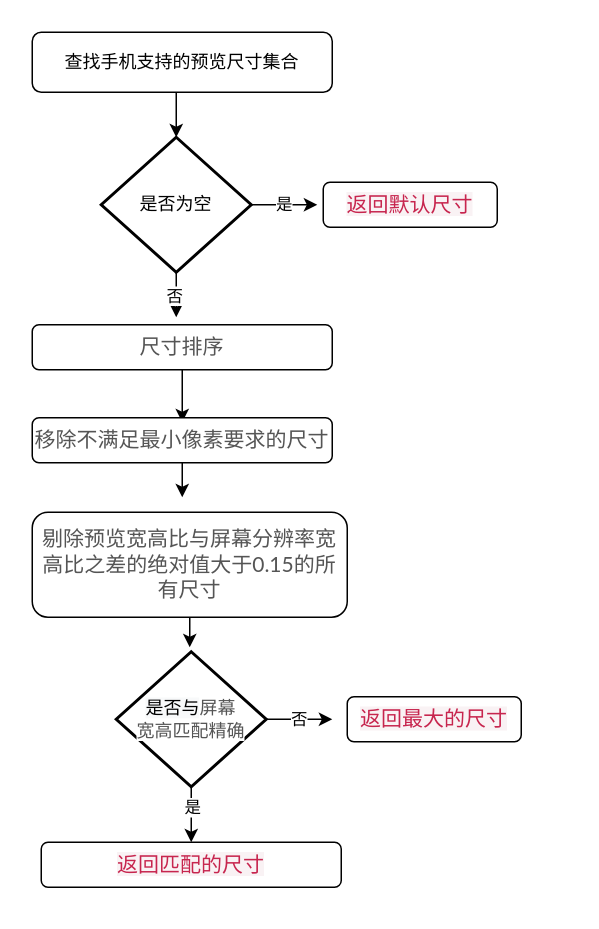
Above: scan_image_match.drawio in 458556778/zp (draw.io), before the change. Source tidied: cells renumbered, new cells numbered last; positions are measured from the earlier drawing's top-left corner, leaving out a move shared by most shapes. Both pictures are drawn from the tidied source at 150%, with x=0, y=0 at pixel (32, 32).
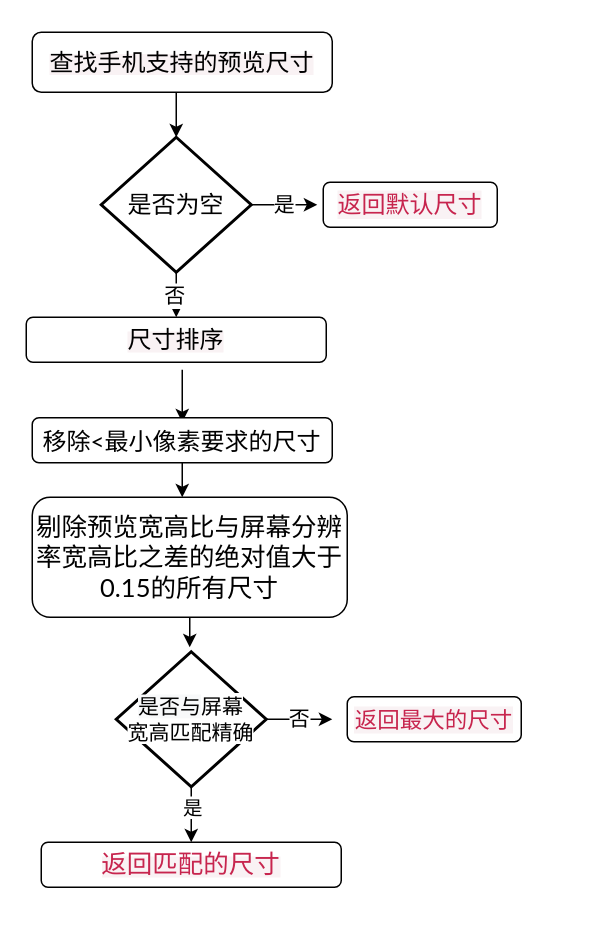
The same diagram, later.

The change refers to these unchanged cells:
```xml
<mxCell id="4" style="edgeStyle=orthogonalEdgeStyle;rounded=0;jettySize=auto;html=1;exitX=0.5;exitY=1;exitDx=0;exitDy=0;exitPerimeter=0;" parent="1" edge="1" source="7">
  <mxGeometry relative="1" as="geometry">
    <mxPoint x="96" y="190" as="targetPoint" />
  </mxGeometry>
</mxCell>
<mxCell id="16" style="edgeStyle=orthogonalEdgeStyle;rounded=0;jettySize=auto;html=1;exitX=0.5;exitY=1;exitDx=0;exitDy=0;exitPerimeter=0;" parent="1" edge="1" source="18" target="19">
  <mxGeometry relative="1" as="geometry" />
</mxCell>
```

The edit, as a diff of the source:
```diff
@@
-    <mxCell id="3" value="&lt;div style=&quot;text-align: center&quot;&gt;&lt;font color=&quot;#c7254e&quot; face=&quot;source code pro, dejavu sans mono, ubuntu mono, anonymous pro, droid sans mono, menlo, monaco, consolas, inconsolata, courier, monospace, pingfang sc, microsoft yahei, sans-serif&quot;&gt;&lt;span style=&quot;font-size: 14px ; background-color: rgb(249 , 242 , 244)&quot;&gt;&lt;br&gt;&lt;/span&gt;&lt;/font&gt;&lt;/div&gt;&lt;span style=&quot;text-align: justify&quot;&gt;&lt;div style=&quot;text-align: center&quot;&gt;查找手机支持的预览尺寸集合&lt;/div&gt;&lt;/span&gt;&lt;span style=&quot;color: rgb(199 , 37 , 78) ; font-family: &amp;#34;source code pro&amp;#34; , &amp;#34;dejavu sans mono&amp;#34; , &amp;#34;ubuntu mono&amp;#34; , &amp;#34;anonymous pro&amp;#34; , &amp;#34;droid sans mono&amp;#34; , &amp;#34;menlo&amp;#34; , &amp;#34;monaco&amp;#34; , &amp;#34;consolas&amp;#34; , &amp;#34;inconsolata&amp;#34; , &amp;#34;courier&amp;#34; , monospace , &amp;#34;pingfang sc&amp;#34; , &amp;#34;microsoft yahei&amp;#34; , sans-serif ; font-size: 14px ; background-color: rgb(249 , 242 , 244)&quot;&gt;&lt;br&gt;&lt;/span&gt;" style="rounded=1;whiteSpace=wrap;html=1;fontSize=12;glass=0;strokeWidth=1;shadow=0;" parent="1" vertex="1">
+    <mxCell id="3" value="&lt;div style=&quot;text-align: center&quot;&gt;&lt;/div&gt;&lt;span style=&quot;font-family: &amp;#34;source code pro&amp;#34; , &amp;#34;dejavu sans mono&amp;#34; , &amp;#34;ubuntu mono&amp;#34; , &amp;#34;anonymous pro&amp;#34; , &amp;#34;droid sans mono&amp;#34; , &amp;#34;menlo&amp;#34; , &amp;#34;monaco&amp;#34; , &amp;#34;consolas&amp;#34; , &amp;#34;inconsolata&amp;#34; , &amp;#34;courier&amp;#34; , monospace , &amp;#34;pingfang sc&amp;#34; , &amp;#34;microsoft yahei&amp;#34; , sans-serif ; background-color: rgb(249 , 242 , 244)&quot;&gt;&lt;font style=&quot;font-size: 16px&quot;&gt;查找手机支持的预览尺寸&lt;/font&gt;&lt;br&gt;&lt;/span&gt;" style="rounded=1;whiteSpace=wrap;html=1;fontSize=12;glass=0;strokeWidth=1;shadow=0;" parent="1" vertex="1">
       <mxGeometry width="200" height="40" as="geometry" />
     </mxCell>
@@
-    <mxCell id="5" value="否" style="edgeLabel;html=1;align=center;verticalAlign=middle;" parent="4" vertex="1">
+    <mxCell id="5" value="&lt;font style=&quot;font-size: 14px&quot;&gt;否&lt;/font&gt;" style="edgeLabel;html=1;align=center;verticalAlign=middle;" parent="4" vertex="1">
       <mxGeometry y="-2" relative="1" as="geometry" />
     </mxCell>
-    <mxCell id="6" value="是" style="edgeStyle=orthogonalEdgeStyle;rounded=0;jettySize=auto;html=1;exitX=1;exitY=0.5;exitDx=0;exitDy=0;exitPerimeter=0;" parent="1" edge="1" source="7">
+    <mxCell id="6" value="&lt;font style=&quot;font-size: 14px&quot;&gt;是&lt;/font&gt;" style="edgeStyle=orthogonalEdgeStyle;rounded=0;jettySize=auto;html=1;exitX=1;exitY=0.5;exitDx=0;exitDy=0;exitPerimeter=0;fontSize=13;" parent="1" edge="1" source="7">
       <mxGeometry relative="1" as="geometry">
         <mxPoint x="190" y="115" as="targetPoint" />
       </mxGeometry>
     </mxCell>
-    <mxCell id="7" value="是否为空" style="strokeWidth=2;html=1;shape=mxgraph.flowchart.decision;whiteSpace=wrap;" parent="1" vertex="1">
+    <mxCell id="7" value="是否为空" style="strokeWidth=2;html=1;shape=mxgraph.flowchart.decision;whiteSpace=wrap;fontSize=16;" parent="1" vertex="1">
       <mxGeometry x="46" y="70" width="100" height="90" as="geometry" />
     </mxCell>
-    <mxCell id="8" style="edgeStyle=orthogonalEdgeStyle;rounded=0;jettySize=auto;html=1;exitX=0.5;exitY=1;exitDx=0;exitDy=0;" parent="1" edge="1" source="9">
+    <mxCell id="8" style="edgeStyle=orthogonalEdgeStyle;rounded=0;orthogonalLoop=1;jettySize=auto;html=1;exitX=0.5;exitY=1;exitDx=0;exitDy=0;" parent="1" edge="1">
       <mxGeometry relative="1" as="geometry">
+        <mxPoint x="100" y="225" as="sourcePoint" />
         <mxPoint x="100" y="260" as="targetPoint" />
       </mxGeometry>
     </mxCell>
-    <mxCell id="9" value="&lt;div style=&quot;text-align: center&quot;&gt;&lt;font color=&quot;#c7254e&quot; face=&quot;source code pro, dejavu sans mono, ubuntu mono, anonymous pro, droid sans mono, menlo, monaco, consolas, inconsolata, courier, monospace, pingfang sc, microsoft yahei, sans-serif&quot;&gt;&lt;span style=&quot;font-size: 14px ; background-color: rgb(249 , 242 , 244)&quot;&gt;&lt;br&gt;&lt;/span&gt;&lt;/font&gt;&lt;/div&gt;&lt;span style=&quot;text-align: justify&quot;&gt;&lt;div style=&quot;text-align: center&quot;&gt;&lt;span style=&quot;color: rgb(85 , 85 , 85) ; font-family: &amp;#34;lato&amp;#34; , &amp;#34;pingfang sc&amp;#34; , &amp;#34;microsoft yahei&amp;#34; , sans-serif ; font-size: 14px ; text-align: justify ; background-color: rgb(255 , 255 , 255)&quot;&gt;尺寸排序&lt;/span&gt;&lt;br&gt;&lt;/div&gt;&lt;/span&gt;&lt;span style=&quot;color: rgb(199 , 37 , 78) ; font-family: &amp;#34;source code pro&amp;#34; , &amp;#34;dejavu sans mono&amp;#34; , &amp;#34;ubuntu mono&amp;#34; , &amp;#34;anonymous pro&amp;#34; , &amp;#34;droid sans mono&amp;#34; , &amp;#34;menlo&amp;#34; , &amp;#34;monaco&amp;#34; , &amp;#34;consolas&amp;#34; , &amp;#34;inconsolata&amp;#34; , &amp;#34;courier&amp;#34; , monospace , &amp;#34;pingfang sc&amp;#34; , &amp;#34;microsoft yahei&amp;#34; , sans-serif ; font-size: 14px ; background-color: rgb(249 , 242 , 244)&quot;&gt;&lt;br&gt;&lt;/span&gt;" style="rounded=1;whiteSpace=wrap;html=1;fontSize=12;glass=0;strokeWidth=1;shadow=0;" parent="1" vertex="1">
-      <mxGeometry y="195" width="200" height="30" as="geometry" />
-    </mxCell>
-    <mxCell id="10" value="&lt;div style=&quot;text-align: center&quot;&gt;&lt;/div&gt;&lt;span style=&quot;color: rgb(199 , 37 , 78) ; font-family: &amp;#34;source code pro&amp;#34; , &amp;#34;dejavu sans mono&amp;#34; , &amp;#34;ubuntu mono&amp;#34; , &amp;#34;anonymous pro&amp;#34; , &amp;#34;droid sans mono&amp;#34; , &amp;#34;menlo&amp;#34; , &amp;#34;monaco&amp;#34; , &amp;#34;consolas&amp;#34; , &amp;#34;inconsolata&amp;#34; , &amp;#34;courier&amp;#34; , monospace , &amp;#34;pingfang sc&amp;#34; , &amp;#34;microsoft yahei&amp;#34; , sans-serif ; font-size: 14px ; background-color: rgb(249 , 242 , 244)&quot;&gt;返回默认尺寸&lt;br&gt;&lt;/span&gt;" style="rounded=1;whiteSpace=wrap;html=1;fontSize=12;glass=0;strokeWidth=1;shadow=0;" parent="1" vertex="1">
+    <mxCell id="10" value="&lt;div style=&quot;text-align: center; font-size: 16px;&quot;&gt;&lt;/div&gt;&lt;span style=&quot;color: rgb(199, 37, 78); font-family: &amp;quot;source code pro&amp;quot;, &amp;quot;dejavu sans mono&amp;quot;, &amp;quot;ubuntu mono&amp;quot;, &amp;quot;anonymous pro&amp;quot;, &amp;quot;droid sans mono&amp;quot;, menlo, monaco, consolas, inconsolata, courier, monospace, &amp;quot;pingfang sc&amp;quot;, &amp;quot;microsoft yahei&amp;quot;, sans-serif; font-size: 16px; background-color: rgb(249, 242, 244);&quot;&gt;返回默认尺寸&lt;br style=&quot;font-size: 16px;&quot;&gt;&lt;/span&gt;" style="rounded=1;whiteSpace=wrap;html=1;fontSize=16;glass=0;strokeWidth=1;shadow=0;" parent="1" vertex="1">
       <mxGeometry x="194" y="100" width="116" height="30" as="geometry" />
     </mxCell>
@@
-    <mxCell id="12" value="&lt;div style=&quot;text-align: center&quot;&gt;&lt;font color=&quot;#c7254e&quot; face=&quot;source code pro, dejavu sans mono, ubuntu mono, anonymous pro, droid sans mono, menlo, monaco, consolas, inconsolata, courier, monospace, pingfang sc, microsoft yahei, sans-serif&quot;&gt;&lt;span style=&quot;font-size: 14px ; background-color: rgb(249 , 242 , 244)&quot;&gt;&lt;br&gt;&lt;/span&gt;&lt;/font&gt;&lt;/div&gt;&lt;span style=&quot;text-align: justify&quot;&gt;&lt;div style=&quot;text-align: center&quot;&gt;&lt;span style=&quot;color: rgb(85 , 85 , 85) ; font-family: &amp;#34;lato&amp;#34; , &amp;#34;pingfang sc&amp;#34; , &amp;#34;microsoft yahei&amp;#34; , sans-serif ; font-size: 14px ; text-align: justify ; background-color: rgb(255 , 255 , 255)&quot;&gt;移除不满足最小像素要求的尺寸&lt;/span&gt;&lt;br&gt;&lt;/div&gt;&lt;/span&gt;&lt;span style=&quot;color: rgb(199 , 37 , 78) ; font-family: &amp;#34;source code pro&amp;#34; , &amp;#34;dejavu sans mono&amp;#34; , &amp;#34;ubuntu mono&amp;#34; , &amp;#34;anonymous pro&amp;#34; , &amp;#34;droid sans mono&amp;#34; , &amp;#34;menlo&amp;#34; , &amp;#34;monaco&amp;#34; , &amp;#34;consolas&amp;#34; , &amp;#34;inconsolata&amp;#34; , &amp;#34;courier&amp;#34; , monospace , &amp;#34;pingfang sc&amp;#34; , &amp;#34;microsoft yahei&amp;#34; , sans-serif ; font-size: 14px ; background-color: rgb(249 , 242 , 244)&quot;&gt;&lt;br&gt;&lt;/span&gt;" style="rounded=1;whiteSpace=wrap;html=1;fontSize=12;glass=0;strokeWidth=1;shadow=0;" parent="1" vertex="1">
+    <mxCell id="12" value="&lt;div style=&quot;text-align: center&quot;&gt;&lt;font face=&quot;source code pro, dejavu sans mono, ubuntu mono, anonymous pro, droid sans mono, menlo, monaco, consolas, inconsolata, courier, monospace, pingfang sc, microsoft yahei, sans-serif&quot;&gt;&lt;span style=&quot;font-size: 14px ; background-color: rgb(249 , 242 , 244)&quot;&gt;&lt;br&gt;&lt;/span&gt;&lt;/font&gt;&lt;/div&gt;&lt;span style=&quot;text-align: justify&quot;&gt;&lt;div style=&quot;text-align: center&quot;&gt;&lt;span style=&quot;font-family: lato, &amp;quot;pingfang sc&amp;quot;, &amp;quot;microsoft yahei&amp;quot;, sans-serif; text-align: justify; background-color: rgb(255, 255, 255);&quot;&gt;&lt;font style=&quot;font-size: 16px&quot;&gt;移除&amp;lt;最小像素要求的尺寸&lt;/font&gt;&lt;/span&gt;&lt;br&gt;&lt;/div&gt;&lt;/span&gt;&lt;span style=&quot;font-family: &amp;quot;source code pro&amp;quot;, &amp;quot;dejavu sans mono&amp;quot;, &amp;quot;ubuntu mono&amp;quot;, &amp;quot;anonymous pro&amp;quot;, &amp;quot;droid sans mono&amp;quot;, menlo, monaco, consolas, inconsolata, courier, monospace, &amp;quot;pingfang sc&amp;quot;, &amp;quot;microsoft yahei&amp;quot;, sans-serif; font-size: 14px; background-color: rgb(249, 242, 244);&quot;&gt;&lt;br&gt;&lt;/span&gt;" style="rounded=1;whiteSpace=wrap;html=1;fontSize=12;glass=0;strokeWidth=1;shadow=0;" parent="1" vertex="1">
       <mxGeometry y="257" width="200" height="30" as="geometry" />
     </mxCell>
@@
-    <mxCell id="14" value="&lt;div style=&quot;text-align: center&quot;&gt;&lt;/div&gt;&lt;span style=&quot;color: rgb(85 , 85 , 85) ; font-family: &amp;#34;lato&amp;#34; , &amp;#34;pingfang sc&amp;#34; , &amp;#34;microsoft yahei&amp;#34; , sans-serif ; font-size: 14px ; text-align: justify ; background-color: rgb(255 , 255 , 255)&quot;&gt;剔除预览宽高比与屏幕分辨率宽高比之差的绝对值大于0.15的所有尺寸&lt;/span&gt;&lt;span style=&quot;color: rgb(199 , 37 , 78) ; font-family: &amp;#34;source code pro&amp;#34; , &amp;#34;dejavu sans mono&amp;#34; , &amp;#34;ubuntu mono&amp;#34; , &amp;#34;anonymous pro&amp;#34; , &amp;#34;droid sans mono&amp;#34; , &amp;#34;menlo&amp;#34; , &amp;#34;monaco&amp;#34; , &amp;#34;consolas&amp;#34; , &amp;#34;inconsolata&amp;#34; , &amp;#34;courier&amp;#34; , monospace , &amp;#34;pingfang sc&amp;#34; , &amp;#34;microsoft yahei&amp;#34; , sans-serif ; font-size: 14px ; background-color: rgb(249 , 242 , 244)&quot;&gt;&lt;br&gt;&lt;/span&gt;" style="rounded=1;whiteSpace=wrap;html=1;fontSize=12;glass=0;strokeWidth=1;shadow=0;" parent="1" vertex="1">
-      <mxGeometry y="320" width="210" height="70" as="geometry" />
+    <mxCell id="14" value="&lt;div style=&quot;text-align: center&quot;&gt;&lt;/div&gt;&lt;span style=&quot;font-family: lato, &amp;quot;pingfang sc&amp;quot;, &amp;quot;microsoft yahei&amp;quot;, sans-serif; text-align: justify; background-color: rgb(255, 255, 255);&quot;&gt;&lt;font style=&quot;font-size: 17px&quot;&gt;剔除预览宽高比与屏幕分辨率宽高比之差的绝对值大于0.15的所有尺寸&lt;/font&gt;&lt;/span&gt;&lt;span style=&quot;font-family: &amp;quot;source code pro&amp;quot;, &amp;quot;dejavu sans mono&amp;quot;, &amp;quot;ubuntu mono&amp;quot;, &amp;quot;anonymous pro&amp;quot;, &amp;quot;droid sans mono&amp;quot;, menlo, monaco, consolas, inconsolata, courier, monospace, &amp;quot;pingfang sc&amp;quot;, &amp;quot;microsoft yahei&amp;quot;, sans-serif; font-size: 14px; background-color: rgb(249, 242, 244);&quot;&gt;&lt;br&gt;&lt;/span&gt;" style="rounded=1;whiteSpace=wrap;html=1;fontSize=12;glass=0;strokeWidth=1;shadow=0;" parent="1" vertex="1">
+      <mxGeometry y="310" width="210" height="80" as="geometry" />
     </mxCell>
-    <mxCell id="15" value="否" style="edgeStyle=orthogonalEdgeStyle;rounded=0;jettySize=auto;html=1;exitX=1;exitY=0.5;exitDx=0;exitDy=0;exitPerimeter=0;" parent="1" edge="1" source="18">
+    <mxCell id="15" value="&lt;font style=&quot;font-size: 14px&quot;&gt;否&lt;/font&gt;" style="edgeStyle=orthogonalEdgeStyle;rounded=0;jettySize=auto;html=1;exitX=1;exitY=0.5;exitDx=0;exitDy=0;exitPerimeter=0;" parent="1" edge="1" source="18">
       <mxGeometry relative="1" as="geometry">
         <mxPoint x="200" y="458" as="targetPoint" />
       </mxGeometry>
     </mxCell>
@@
-    <mxCell id="17" value="是" style="edgeLabel;html=1;align=center;verticalAlign=middle;" parent="16" vertex="1">
+    <mxCell id="17" value="&lt;font style=&quot;font-size: 13px&quot;&gt;是&lt;/font&gt;" style="edgeLabel;html=1;align=center;verticalAlign=middle;" parent="16" vertex="1">
       <mxGeometry x="0.07" y="4" relative="1" as="geometry">
         <mxPoint x="-4" y="-4" as="offset" />
       </mxGeometry>
     </mxCell>
-    <mxCell id="18" value="&lt;div style=&quot;text-align: center&quot;&gt;&lt;font style=&quot;font-size: 12px&quot;&gt;&lt;span style=&quot;text-align: justify ; background-color: rgb(248 , 249 , 250)&quot;&gt;是否与&lt;/span&gt;&lt;span style=&quot;background-color: rgb(255 , 255 , 255) ; color: rgb(85 , 85 , 85) ; font-family: &amp;#34;lato&amp;#34; , &amp;#34;pingfang sc&amp;#34; , &amp;#34;microsoft yahei&amp;#34; , sans-serif ; text-align: justify&quot;&gt;屏幕&lt;/span&gt;&lt;/font&gt;&lt;/div&gt;&lt;div style=&quot;text-align: center&quot;&gt;&lt;font style=&quot;font-size: 12px&quot;&gt;&lt;span style=&quot;background-color: rgb(255 , 255 , 255) ; color: rgb(85 , 85 , 85) ; font-family: &amp;#34;lato&amp;#34; , &amp;#34;pingfang sc&amp;#34; , &amp;#34;microsoft yahei&amp;#34; , sans-serif ; text-align: justify&quot;&gt;宽高匹配精确&lt;/span&gt;&lt;/font&gt;&lt;/div&gt;" style="strokeWidth=2;html=1;shape=mxgraph.flowchart.decision;whiteSpace=wrap;" parent="1" vertex="1">
+    <mxCell id="18" value="&lt;div style=&quot;text-align: center ; font-size: 14px&quot;&gt;&lt;font style=&quot;font-size: 14px&quot;&gt;&lt;span style=&quot;text-align: justify ; background-color: rgb(248 , 249 , 250)&quot;&gt;是否与&lt;/span&gt;&lt;span style=&quot;background-color: rgb(255 , 255 , 255) ; font-family: &amp;#34;lato&amp;#34; , &amp;#34;pingfang sc&amp;#34; , &amp;#34;microsoft yahei&amp;#34; , sans-serif ; text-align: justify&quot;&gt;屏幕&lt;/span&gt;&lt;/font&gt;&lt;/div&gt;&lt;div style=&quot;text-align: center ; font-size: 14px&quot;&gt;&lt;font style=&quot;font-size: 14px&quot;&gt;&lt;span style=&quot;background-color: rgb(255 , 255 , 255) ; font-family: &amp;#34;lato&amp;#34; , &amp;#34;pingfang sc&amp;#34; , &amp;#34;microsoft yahei&amp;#34; , sans-serif ; text-align: justify&quot;&gt;宽高匹配精确&lt;/span&gt;&lt;/font&gt;&lt;/div&gt;" style="strokeWidth=2;html=1;shape=mxgraph.flowchart.decision;whiteSpace=wrap;" parent="1" vertex="1">
       <mxGeometry x="56" y="413" width="100" height="90" as="geometry" />
     </mxCell>
-    <mxCell id="19" value="&lt;div style=&quot;text-align: center&quot;&gt;&lt;/div&gt;&lt;span style=&quot;color: rgb(199 , 37 , 78) ; font-family: &amp;#34;source code pro&amp;#34; , &amp;#34;dejavu sans mono&amp;#34; , &amp;#34;ubuntu mono&amp;#34; , &amp;#34;anonymous pro&amp;#34; , &amp;#34;droid sans mono&amp;#34; , &amp;#34;menlo&amp;#34; , &amp;#34;monaco&amp;#34; , &amp;#34;consolas&amp;#34; , &amp;#34;inconsolata&amp;#34; , &amp;#34;courier&amp;#34; , monospace , &amp;#34;pingfang sc&amp;#34; , &amp;#34;microsoft yahei&amp;#34; , sans-serif ; font-size: 14px ; background-color: rgb(249 , 242 , 244)&quot;&gt;返回匹配的尺寸&lt;br&gt;&lt;/span&gt;" style="rounded=1;whiteSpace=wrap;html=1;fontSize=12;glass=0;strokeWidth=1;shadow=0;" parent="1" vertex="1">
+    <mxCell id="19" value="&lt;div style=&quot;text-align: center&quot;&gt;&lt;/div&gt;&lt;span style=&quot;color: rgb(199 , 37 , 78) ; font-family: &amp;#34;source code pro&amp;#34; , &amp;#34;dejavu sans mono&amp;#34; , &amp;#34;ubuntu mono&amp;#34; , &amp;#34;anonymous pro&amp;#34; , &amp;#34;droid sans mono&amp;#34; , &amp;#34;menlo&amp;#34; , &amp;#34;monaco&amp;#34; , &amp;#34;consolas&amp;#34; , &amp;#34;inconsolata&amp;#34; , &amp;#34;courier&amp;#34; , monospace , &amp;#34;pingfang sc&amp;#34; , &amp;#34;microsoft yahei&amp;#34; , sans-serif ; background-color: rgb(249 , 242 , 244)&quot;&gt;&lt;font style=&quot;font-size: 17px&quot;&gt;返回匹配的尺寸&lt;/font&gt;&lt;br&gt;&lt;/span&gt;" style="rounded=1;whiteSpace=wrap;html=1;fontSize=12;glass=0;strokeWidth=1;shadow=0;" parent="1" vertex="1">
       <mxGeometry x="6" y="540" width="200" height="30" as="geometry" />
     </mxCell>
-    <mxCell id="20" value="&lt;div style=&quot;text-align: center&quot;&gt;&lt;/div&gt;&lt;span style=&quot;color: rgb(199 , 37 , 78) ; font-family: &amp;#34;source code pro&amp;#34; , &amp;#34;dejavu sans mono&amp;#34; , &amp;#34;ubuntu mono&amp;#34; , &amp;#34;anonymous pro&amp;#34; , &amp;#34;droid sans mono&amp;#34; , &amp;#34;menlo&amp;#34; , &amp;#34;monaco&amp;#34; , &amp;#34;consolas&amp;#34; , &amp;#34;inconsolata&amp;#34; , &amp;#34;courier&amp;#34; , monospace , &amp;#34;pingfang sc&amp;#34; , &amp;#34;microsoft yahei&amp;#34; , sans-serif ; font-size: 14px ; background-color: rgb(249 , 242 , 244)&quot;&gt;返回最大的尺寸&lt;br&gt;&lt;/span&gt;" style="rounded=1;whiteSpace=wrap;html=1;fontSize=12;glass=0;strokeWidth=1;shadow=0;" parent="1" vertex="1">
+    <mxCell id="20" value="&lt;div style=&quot;text-align: center; font-size: 15px;&quot;&gt;&lt;/div&gt;&lt;span style=&quot;color: rgb(199, 37, 78); font-family: &amp;quot;source code pro&amp;quot;, &amp;quot;dejavu sans mono&amp;quot;, &amp;quot;ubuntu mono&amp;quot;, &amp;quot;anonymous pro&amp;quot;, &amp;quot;droid sans mono&amp;quot;, menlo, monaco, consolas, inconsolata, courier, monospace, &amp;quot;pingfang sc&amp;quot;, &amp;quot;microsoft yahei&amp;quot;, sans-serif; font-size: 15px; background-color: rgb(249, 242, 244);&quot;&gt;返回最大的尺寸&lt;br style=&quot;font-size: 15px;&quot;&gt;&lt;/span&gt;" style="rounded=1;whiteSpace=wrap;html=1;fontSize=15;glass=0;strokeWidth=1;shadow=0;" parent="1" vertex="1">
       <mxGeometry x="210" y="443" width="116" height="30" as="geometry" />
     </mxCell>
@@
+    <mxCell id="9" value="&lt;div style=&quot;text-align: center&quot;&gt;&lt;/div&gt;&lt;span style=&quot;font-family: &amp;#34;source code pro&amp;#34; , &amp;#34;dejavu sans mono&amp;#34; , &amp;#34;ubuntu mono&amp;#34; , &amp;#34;anonymous pro&amp;#34; , &amp;#34;droid sans mono&amp;#34; , &amp;#34;menlo&amp;#34; , &amp;#34;monaco&amp;#34; , &amp;#34;consolas&amp;#34; , &amp;#34;inconsolata&amp;#34; , &amp;#34;courier&amp;#34; , monospace , &amp;#34;pingfang sc&amp;#34; , &amp;#34;microsoft yahei&amp;#34; , sans-serif ; background-color: rgb(249 , 242 , 244)&quot;&gt;&lt;font style=&quot;font-size: 16px&quot;&gt;尺寸排序&lt;/font&gt;&lt;br&gt;&lt;/span&gt;" style="rounded=1;whiteSpace=wrap;html=1;fontSize=12;glass=0;strokeWidth=1;shadow=0;" parent="1" vertex="1">
+      <mxGeometry x="-4" y="190" width="200" height="30" as="geometry" />
+    </mxCell>
```
